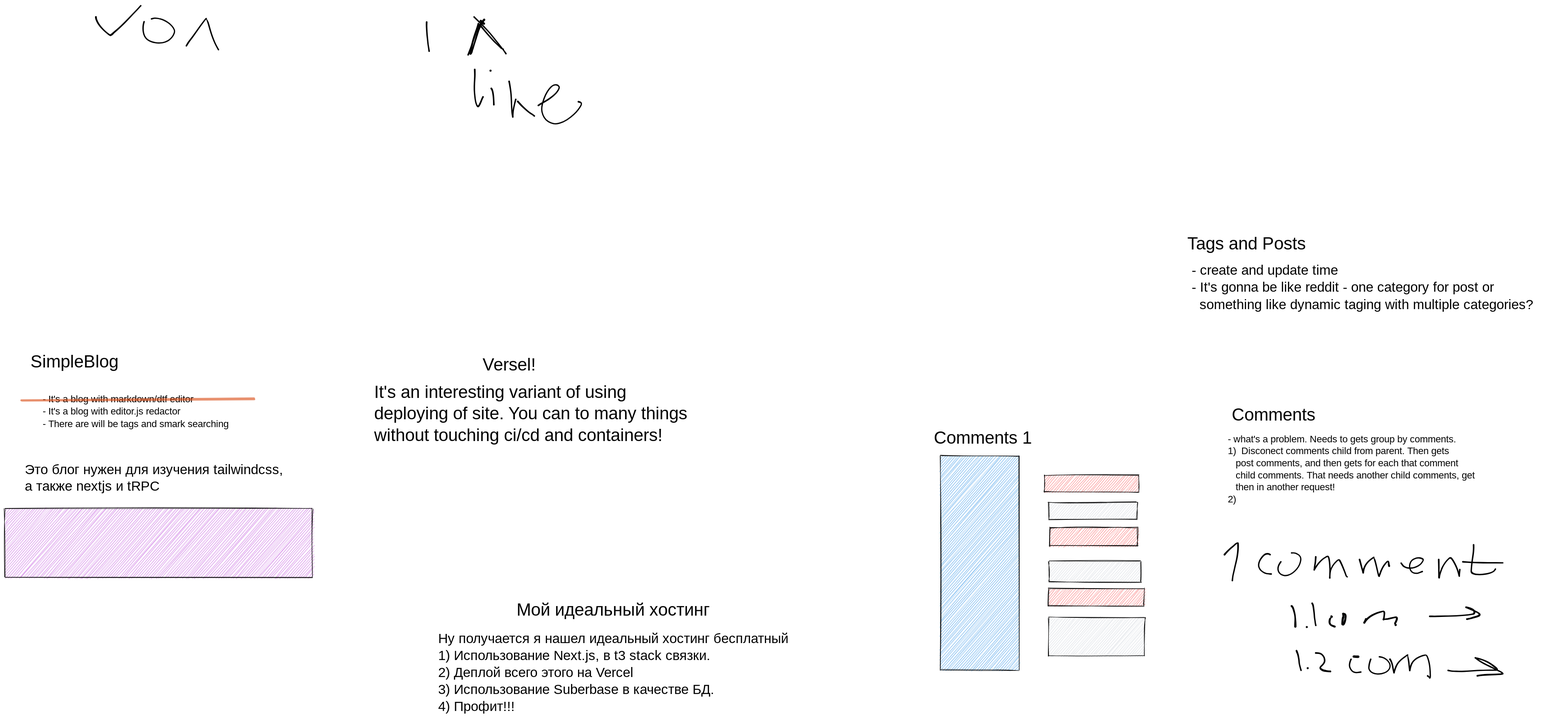
Earlier version of the Excalidraw export idex.excalidraw.svg (simpleString/simpleBlog-next). Source tidied: one line per element, renumbered; positions are measured from the earlier drawing's top-left corner, leaving out a move shared by most shapes.
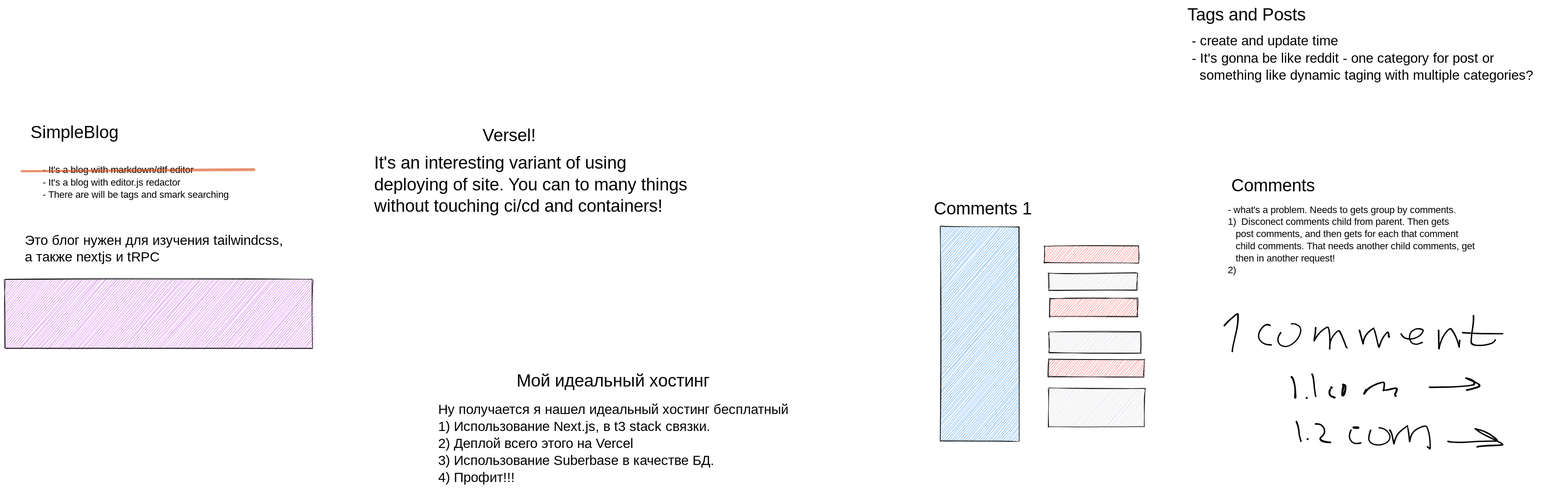
Later version of the same file.

Diff of the diagram source:
```diff
@@ -7,20 +7,6 @@
 {"id": 6, "type": "text", "text": "It's an interesting variant of using\ndeploying of site. You can to many things\nwithout touching ci/cd and containers!", "strokeColor": "#000000", "backgroundColor": "#be4bdb", "fillStyle": "hachure", "strokeWidth": 4, "roughness": 1, "fontSize": 36, "fontFamily": 1, "x": 764, "y": 782, "width": 727, "height": 135}
 {"id": 7, "type": "text", "text": "Ну получается я нашел идеальный хостинг бесплатный\n1) Использование Next.js, в t3 stack связки.\n2) Деплой всего этого на Vercel\n3) Использование Suberbase в качестве БД.\n4) Профит!!! ", "strokeColor": "#000000", "backgroundColor": "#be4bdb", "fillStyle": "hachure", "strokeWidth": 4, "roughness": 1, "fontSize": 28, "fontFamily": 1, "x": 897, "y": 1298, "width": 754, "height": 176}
 {"id": 8, "type": "text", "text": "Мой идеальный хостинг", "strokeColor": "#000000", "backgroundColor": "#be4bdb", "fillStyle": "hachure", "strokeWidth": 4, "roughness": 1, "fontSize": 36, "fontFamily": 1, "x": 1059, "y": 1233, "width": 417, "height": 45}
-{"id": 9, "type": "freedraw", "strokeColor": "#000000", "strokeWidth": 1, "roughness": 1, "x": 376, "y": 85, "width": 67, "height": 68, "points": [[0, 0], [3, -6], [4, -6], [5, -9], [10, -15], [17, -23], [23, -33], [32, -45], [38, -54], [42, -59], [43, -59], [44, -54], [46, -45], [50, -32], [54, -18], [59, -5], [63, 3], [66, 8], [67, 9], [67, 8], [67, 8]]}
-{"id": 10, "type": "freedraw", "strokeColor": "#000000", "strokeWidth": 1, "roughness": 1, "x": 288, "y": 35, "width": 67, "height": 53, "points": [[0, 0], [-1, 0], [-2, 4], [-3, 10], [-3, 19], [-1, 29], [3, 36], [9, 41], [18, 44], [25, 44], [34, 45], [45, 44], [54, 39], [60, 32], [63, 25], [64, 20], [64, 16], [60, 11], [55, 5], [48, -1], [40, -5], [32, -7], [25, -8], [20, -8], [17, -7], [14, -5], [14, -5]]}
-{"id": 11, "type": "freedraw", "strokeColor": "#000000", "strokeWidth": 1, "roughness": 1, "x": 188, "y": 25, "width": 95, "height": 64, "points": [[0, 0], [0, 1], [0, 2], [0, 6], [4, 13], [8, 19], [15, 27], [22, 33], [27, 36], [30, 39], [31, 39], [32, 39], [32, 38], [34, 35], [38, 31], [44, 26], [52, 20], [64, 8], [74, -3], [84, -14], [92, -22], [95, -25], [95, -25]]}
-{"id": 12, "type": "freedraw", "strokeColor": "#000000", "strokeWidth": 1, "roughness": 1, "x": 873, "y": 36, "width": 6, "height": 62, "points": [[0, 0], [0, 1], [0, 6], [0, 13], [0, 22], [1, 34], [3, 44], [4, 54], [5, 60], [5, 62], [5, 62]]}
-{"id": 13, "type": "freedraw", "strokeColor": "#000000", "strokeWidth": 1, "roughness": 1, "x": 980, "y": 39, "width": 22, "height": 66, "points": [[0, 0], [0, 1], [-2, 7], [-5, 19], [-10, 35], [-16, 50], [-20, 62], [-22, 65], [-22, 66], [-22, 66]]}
-{"id": 14, "type": "freedraw", "strokeColor": "#000000", "strokeWidth": 1, "roughness": 1, "x": 971, "y": 25, "width": 67, "height": 77, "points": [[0, 0], [1, 1], [4, 4], [11, 11], [22, 21], [32, 32], [41, 42], [49, 53], [56, 62], [63, 71], [67, 76], [67, 77], [67, 77]]}
-{"id": 15, "type": "freedraw", "strokeColor": "#000000", "strokeWidth": 1, "roughness": 1, "x": 985, "y": 33, "width": 7, "height": 6, "points": [[0, 0], [0, 1], [0, 1], [2, 3], [4, 4], [6, 5], [7, 6], [7, 6]]}
-{"id": 16, "type": "freedraw", "strokeColor": "#000000", "strokeWidth": 1, "roughness": 1, "x": 992, "y": 31, "width": 70, "height": 71, "points": [[0, 0], [-3, 3], [-5, 6], [-7, 9], [-8, 12], [-11, 18], [-15, 32], [-19, 46], [-23, 59], [-26, 66], [-26, 68], [-27, 68], [-28, 71], [-28, 63], [-23, 38], [-15, 17], [-11, 8], [-9, 9], [-2, 19], [12, 35], [26, 51], [37, 61], [41, 63], [40, 62], [40, 61]]}
-{"id": 17, "type": "freedraw", "strokeColor": "#000000", "strokeWidth": 1, "roughness": 1, "x": 973, "y": 134, "width": 19, "height": 78, "points": [[0, 0], [0, 1], [0, 8], [0, 22], [-1, 37], [-1, 53], [1, 67], [3, 75], [5, 77], [6, 78], [7, 78], [9, 76], [12, 71], [15, 62], [17, 57], [18, 56], [18, 56]]}
-{"id": 18, "type": "freedraw", "strokeColor": "#000000", "strokeWidth": 1, "roughness": 1, "x": 1007, "y": 173, "width": 5, "height": 35, "points": [[0, 0], [2, 0], [4, 6], [5, 14], [5, 24], [5, 31], [5, 35], [5, 35]]}
-{"id": 19, "type": "freedraw", "strokeColor": "#000000", "strokeWidth": 1, "roughness": 1, "x": 1005, "y": 136, "width": 0, "height": 0, "points": [[0, 0], [0, 0]]}
-{"id": 20, "type": "freedraw", "strokeColor": "#000000", "strokeWidth": 1, "roughness": 1, "x": 1044, "y": 159, "width": 14, "height": 76, "points": [[0, 0], [0, 4], [2, 10], [3, 17], [5, 27], [5, 42], [5, 58], [6, 70], [7, 74], [8, 76], [8, 75], [8, 74], [8, 63], [9, 52], [14, 37], [14, 35], [14, 35]]}
-{"id": 21, "type": "freedraw", "strokeColor": "#000000", "strokeWidth": 1, "roughness": 1, "x": 1062, "y": 200, "width": 35, "height": 31, "points": [[0, 0], [0, 1], [14, 15], [21, 21], [27, 26], [32, 28], [35, 30], [35, 31], [35, 31]]}
-{"id": 22, "type": "freedraw", "strokeColor": "#000000", "strokeWidth": 1, "roughness": 1, "x": 1104, "y": 208, "width": 92, "height": 85, "points": [[0, 0], [0, -1], [0, -1], [1, -2], [5, -4], [15, -9], [26, -15], [36, -23], [43, -31], [45, -37], [45, -39], [43, -41], [38, -44], [32, -44], [26, -41], [17, -29], [9, -14], [5, 5], [5, 18], [11, 29], [20, 38], [33, 41], [45, 40], [63, 31], [79, 17], [87, 6], [91, -3], [91, -5], [90, -7], [86, -8], [82, -8], [82, -8]]}
 {"id": 23, "type": "text", "text": "Tags and Posts", "strokeColor": "#000000", "strokeWidth": 1, "roughness": 1, "fontSize": 36, "fontFamily": 1, "x": 2448, "y": 475, "width": 292, "height": 45}
 {"id": 24, "type": "text", "text": "- create and update time\n- It's gonna be like reddit - one category for post or\n  something like dynamic taging with multiple categories?\n", "strokeColor": "#000000", "strokeWidth": 1, "roughness": 1, "fontSize": 28, "fontFamily": 1, "x": 2457, "y": 533, "width": 769, "height": 143}
 {"id": 25, "type": "text", "text": "Comments", "strokeColor": "#000000", "strokeWidth": 1, "roughness": 1, "fontSize": 36, "fontFamily": 1, "x": 2540, "y": 829, "width": 166, "height": 45}
```
